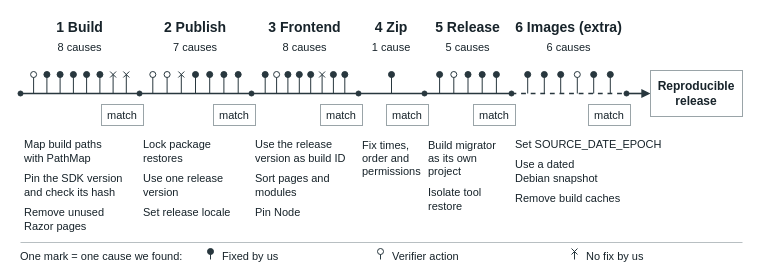
The draw.io diagram 1-ws-pems/figures/rq1-journey.drawio in leosakharoff/dotnet-rebuild-experiments, before the edit. Source tidied: cells renumbered, new cells numbered last; positions are measured from the earlier drawing's top-left corner, leaving out a move shared by most shapes. Both pictures are drawn from the tidied source at 100%, with x=0, y=0 at pixel (18, 17).
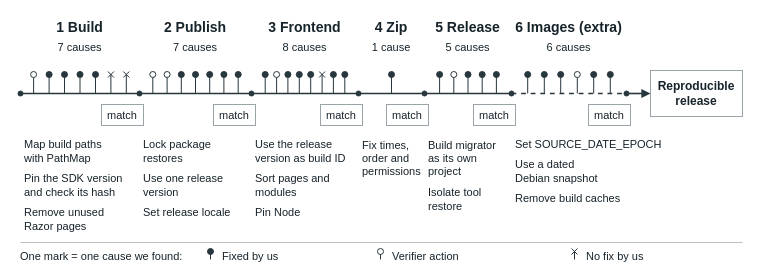
Above is the later version.

Commit message (it also covers changes not shown here):
Five borderline codes settled: 34 causes

The edit, as a diff of the source:
```diff
@@
-    <mxCell id="3" value="8 causes" style="html=1;whiteSpace=wrap;align=center;verticalAlign=middle;fontFamily=Helvetica;fontColor=#17232a;fontSize=11;fillColor=none;strokeColor=none;spacing=0;" parent="1" vertex="1">
+    <mxCell id="3" value="7 causes" style="html=1;whiteSpace=wrap;align=center;verticalAlign=middle;fontFamily=Helvetica;fontColor=#17232a;fontSize=11;fillColor=none;strokeColor=none;spacing=0;" parent="1" vertex="1">
       <mxGeometry x="2" y="22" width="119" height="16" as="geometry" />
     </mxCell>
@@
     <mxCell id="7" style="html=1;edgeStyle=none;rounded=0;strokeColor=#28373e;strokeWidth=1;endArrow=none;endFill=1;endSize=5;" parent="1" edge="1">
       <mxGeometry relative="1" as="geometry">
-        <mxPoint x="28.4" y="76" as="sourcePoint" />
-        <mxPoint x="28.4" y="57" as="targetPoint" />
+        <mxPoint x="30.6" y="76" as="sourcePoint" />
+        <mxPoint x="30.6" y="57" as="targetPoint" />
       </mxGeometry>
     </mxCell>
     <mxCell id="8" style="shape=ellipse;strokeColor=#28373e;fillColor=#28373e;strokeWidth=1;" parent="1" vertex="1">
-      <mxGeometry x="25.4" y="54" width="6" height="6" as="geometry" />
+      <mxGeometry x="27.6" y="54" width="6" height="6" as="geometry" />
     </mxCell>
     <mxCell id="9" style="html=1;edgeStyle=none;rounded=0;strokeColor=#28373e;strokeWidth=1;endArrow=none;endFill=1;endSize=5;" parent="1" edge="1">
       <mxGeometry relative="1" as="geometry">
-        <mxPoint x="41.6" y="76" as="sourcePoint" />
-        <mxPoint x="41.6" y="57" as="targetPoint" />
+        <mxPoint x="46" y="76" as="sourcePoint" />
+        <mxPoint x="46" y="57" as="targetPoint" />
       </mxGeometry>
     </mxCell>
     <mxCell id="10" style="shape=ellipse;strokeColor=#28373e;fillColor=#28373e;strokeWidth=1;" parent="1" vertex="1">
-      <mxGeometry x="38.6" y="54" width="6" height="6" as="geometry" />
+      <mxGeometry x="43" y="54" width="6" height="6" as="geometry" />
     </mxCell>
     <mxCell id="11" style="html=1;edgeStyle=none;rounded=0;strokeColor=#28373e;strokeWidth=1;endArrow=none;endFill=1;endSize=5;" parent="1" edge="1">
       <mxGeometry relative="1" as="geometry">
-        <mxPoint x="54.9" y="76" as="sourcePoint" />
-        <mxPoint x="54.9" y="57" as="targetPoint" />
+        <mxPoint x="61.5" y="76" as="sourcePoint" />
+        <mxPoint x="61.5" y="57" as="targetPoint" />
       </mxGeometry>
     </mxCell>
     <mxCell id="12" style="shape=ellipse;strokeColor=#28373e;fillColor=#28373e;strokeWidth=1;" parent="1" vertex="1">
-      <mxGeometry x="51.9" y="54" width="6" height="6" as="geometry" />
+      <mxGeometry x="58.5" y="54" width="6" height="6" as="geometry" />
     </mxCell>
-    <mxCell id="13" style="html=1;edgeStyle=none;rounded=0;strokeColor=#28373e;strokeWidth=1;endArrow=none;endFill=1;endSize=5;" parent="1" edge="1">
-      <mxGeometry relative="1" as="geometry">
-        <mxPoint x="68.1" y="76" as="sourcePoint" />
-        <mxPoint x="68.1" y="57" as="targetPoint" />
-      </mxGeometry>
-    </mxCell>
-    <mxCell id="14" style="shape=ellipse;strokeColor=#28373e;fillColor=#28373e;strokeWidth=1;" parent="1" vertex="1">
-      <mxGeometry x="65.1" y="54" width="6" height="6" as="geometry" />
-    </mxCell>
     <mxCell id="15" style="html=1;edgeStyle=none;rounded=0;strokeColor=#28373e;strokeWidth=1;endArrow=none;endFill=1;endSize=5;" parent="1" edge="1">
       <mxGeometry relative="1" as="geometry">
-        <mxPoint x="81.4" y="76" as="sourcePoint" />
-        <mxPoint x="81.4" y="57" as="targetPoint" />
+        <mxPoint x="77" y="76" as="sourcePoint" />
+        <mxPoint x="77" y="57" as="targetPoint" />
       </mxGeometry>
     </mxCell>
     <mxCell id="16" style="shape=ellipse;strokeColor=#28373e;fillColor=#28373e;strokeWidth=1;" parent="1" vertex="1">
-      <mxGeometry x="78.4" y="54" width="6" height="6" as="geometry" />
+      <mxGeometry x="74" y="54" width="6" height="6" as="geometry" />
     </mxCell>
     <mxCell id="17" style="html=1;edgeStyle=none;rounded=0;strokeColor=#28373e;strokeWidth=1;endArrow=none;endFill=1;endSize=5;" parent="1" edge="1">
       <mxGeometry relative="1" as="geometry">
-        <mxPoint x="94.6" y="76" as="sourcePoint" />
-        <mxPoint x="94.6" y="57" as="targetPoint" />
+        <mxPoint x="92.4" y="76" as="sourcePoint" />
+        <mxPoint x="92.4" y="57" as="targetPoint" />
       </mxGeometry>
     </mxCell>
     <mxCell id="18" style="html=1;edgeStyle=none;rounded=0;strokeColor=#28373e;strokeWidth=1;endArrow=none;endFill=1;endSize=5;" parent="1" edge="1">
       <mxGeometry relative="1" as="geometry">
-        <mxPoint x="91.6" y="54" as="sourcePoint" />
-        <mxPoint x="97.6" y="60" as="targetPoint" />
+        <mxPoint x="89.4" y="54" as="sourcePoint" />
+        <mxPoint x="95.4" y="60" as="targetPoint" />
       </mxGeometry>
     </mxCell>
     <mxCell id="19" style="html=1;edgeStyle=none;rounded=0;strokeColor=#28373e;strokeWidth=1;endArrow=none;endFill=1;endSize=5;" parent="1" edge="1">
       <mxGeometry relative="1" as="geometry">
-        <mxPoint x="91.6" y="60" as="sourcePoint" />
-        <mxPoint x="97.6" y="54" as="targetPoint" />
+        <mxPoint x="89.4" y="60" as="sourcePoint" />
+        <mxPoint x="95.4" y="54" as="targetPoint" />
       </mxGeometry>
     </mxCell>
@@
-    <mxCell id="35" style="html=1;edgeStyle=none;rounded=0;strokeColor=#28373e;strokeWidth=1;endArrow=none;endFill=1;endSize=5;" parent="1" edge="1">
-      <mxGeometry relative="1" as="geometry">
-        <mxPoint x="159.8" y="54" as="sourcePoint" />
-        <mxPoint x="165.8" y="60" as="targetPoint" />
-      </mxGeometry>
-    </mxCell>
-    <mxCell id="36" style="html=1;edgeStyle=none;rounded=0;strokeColor=#28373e;strokeWidth=1;endArrow=none;endFill=1;endSize=5;" parent="1" edge="1">
-      <mxGeometry relative="1" as="geometry">
-        <mxPoint x="159.8" y="60" as="sourcePoint" />
-        <mxPoint x="165.8" y="54" as="targetPoint" />
-      </mxGeometry>
-    </mxCell>
+    <mxCell id="136" style="shape=ellipse;strokeColor=#28373e;fillColor=#28373e;strokeWidth=1;" parent="1" vertex="1">
+      <mxGeometry x="159.8" y="54" width="6" height="6" as="geometry" />
+    </mxCell>
```
